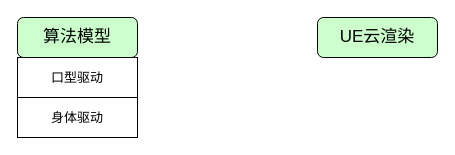
Above: ai_live.drawio in skindhu/9GAG (draw.io), before the change. Source tidied: cells renumbered, new cells numbered last; positions are measured from the earlier drawing's top-left corner, leaving out a move shared by most shapes. Both pictures are drawn from the tidied source at 100%, with x=0, y=0 at pixel (17, 17).
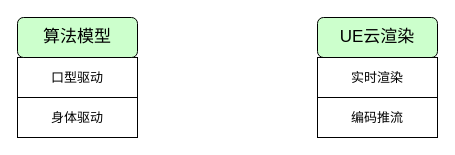
The same diagram, later.

Change to the diagram source:
```diff
@@
 <mxGraphModel>
   <root>
     <mxCell id="0" />
     <mxCell id="1" parent="0" />
     <mxCell id="2" value="&lt;font style=&quot;font-size: 13px;&quot;&gt;口型驱动&lt;/font&gt;" style="rounded=0;whiteSpace=wrap;html=1;" parent="1" vertex="1">
       <mxGeometry y="40" width="120" height="40" as="geometry" />
     </mxCell>
     <mxCell id="3" value="&lt;font style=&quot;font-size: 17px;&quot;&gt;算法模型&lt;/font&gt;" style="rounded=1;whiteSpace=wrap;html=1;fillColor=#CCFFCC;" parent="1" vertex="1">
       <mxGeometry width="120" height="40" as="geometry" />
     </mxCell>
     <mxCell id="4" value="身体驱动" style="rounded=0;whiteSpace=wrap;html=1;fontSize=13;" parent="1" vertex="1">
       <mxGeometry y="80" width="120" height="40" as="geometry" />
     </mxCell>
     <mxCell id="5" value="&lt;font style=&quot;font-size: 17px;&quot;&gt;UE云渲染&lt;/font&gt;" style="rounded=1;whiteSpace=wrap;html=1;fillColor=#CCFFCC;" parent="1" vertex="1">
       <mxGeometry x="300" width="120" height="40" as="geometry" />
     </mxCell>
+    <mxCell id="6" value="&lt;font style=&quot;font-size: 13px;&quot;&gt;实时渲染&lt;/font&gt;" style="rounded=0;whiteSpace=wrap;html=1;" parent="1" vertex="1">
+      <mxGeometry x="300" y="40" width="120" height="40" as="geometry" />
+    </mxCell>
+    <mxCell id="7" value="&lt;font style=&quot;font-size: 13px;&quot;&gt;编码推流&lt;/font&gt;" style="rounded=0;whiteSpace=wrap;html=1;" parent="1" vertex="1">
+      <mxGeometry x="300" y="80" width="120" height="40" as="geometry" />
+    </mxCell>
   </root>
 </mxGraphModel>
```
